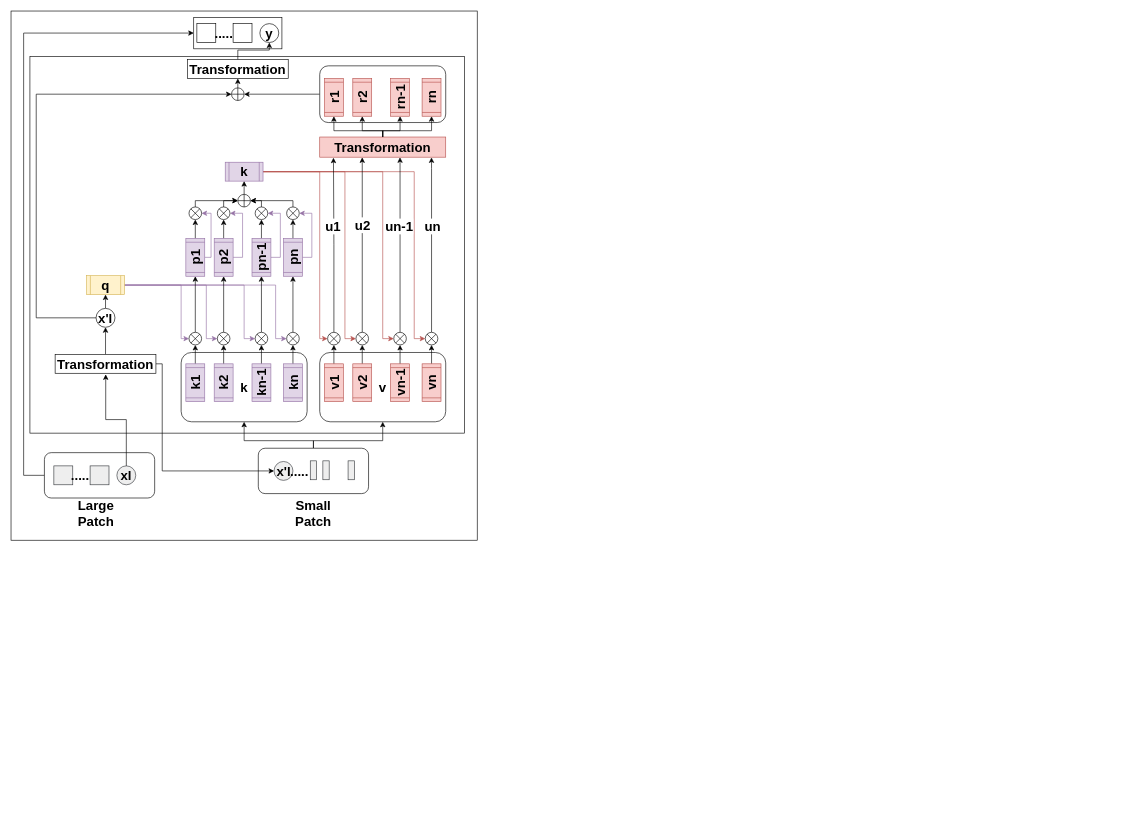
Above: fastformer_crossvit.drawio in abhishekstha98/Fastformer-PyTorch (draw.io), before the change. Source tidied: cells renumbered, new cells numbered last; positions are measured from the earlier drawing's top-left corner, leaving out a move shared by most shapes. Both pictures are drawn from the tidied source at 63%, with x=0, y=0 at pixel (11, 11).
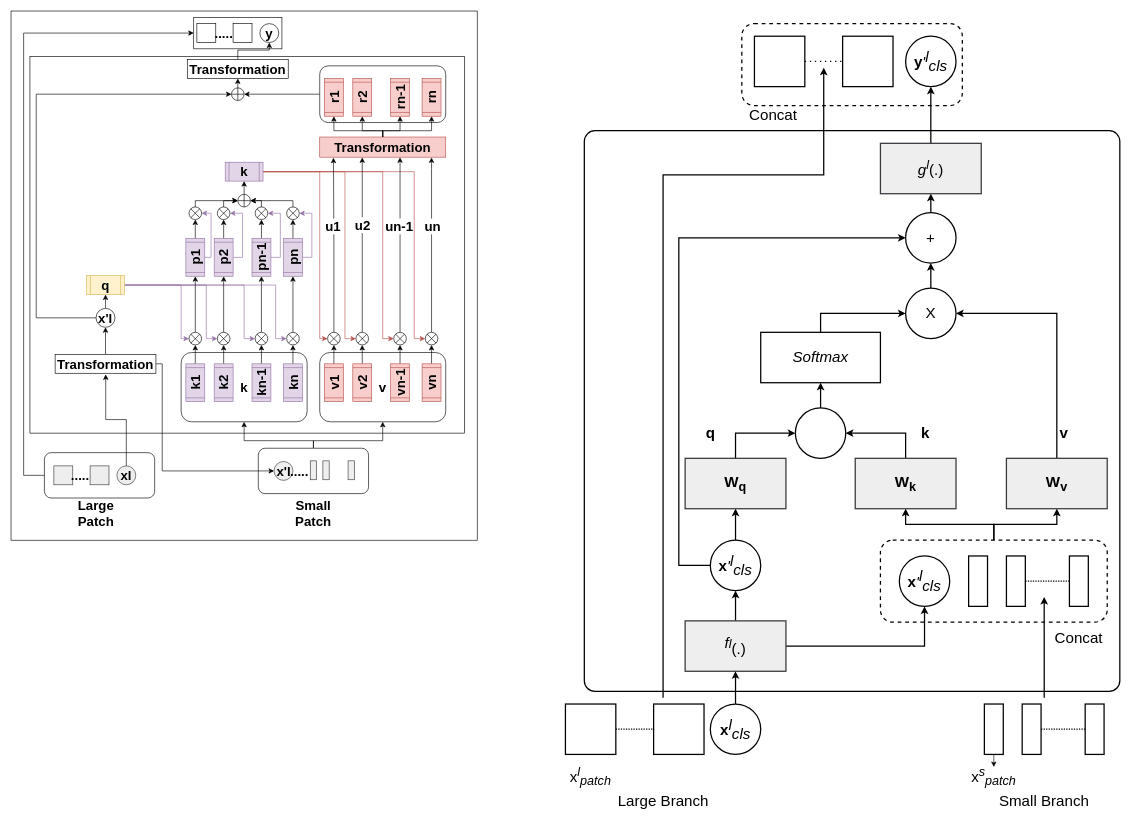
After the change.

Change to the diagram source:
```diff
@@
+    <mxCell id="117" style="rounded=0;whiteSpace=wrap;html=1;fillColor=none;strokeColor=none;strokeWidth=2;" parent="1" vertex="1">
+      <mxGeometry x="870" y="1090" width="330" height="100" as="geometry" />
+    </mxCell>
+    <mxCell id="118" style="rounded=1;whiteSpace=wrap;html=1;fillColor=default;fontSize=24;dashed=1;strokeWidth=2;" parent="1" vertex="1">
+      <mxGeometry x="1160" y="20" width="350" height="130" as="geometry" />
+    </mxCell>
+    <mxCell id="119" style="rounded=0;whiteSpace=wrap;html=1;fillColor=default;fontSize=24;strokeWidth=2;" parent="1" vertex="1">
+      <mxGeometry x="1180" y="40" width="80" height="80" as="geometry" />
+    </mxCell>
+    <mxCell id="120" style="rounded=0;whiteSpace=wrap;html=1;fillColor=default;fontSize=24;strokeWidth=2;" parent="1" vertex="1">
+      <mxGeometry x="1320" y="40" width="80" height="80" as="geometry" />
+    </mxCell>
+    <mxCell id="121" style="rounded=1;whiteSpace=wrap;html=1;shadow=0;glass=0;arcSize=2;fillColor=default;fontSize=24;strokeWidth=2;" parent="1" vertex="1">
+      <mxGeometry x="910" y="190" width="850" height="890" as="geometry" />
+    </mxCell>
+    <mxCell id="122" value="&lt;span style=&quot;font-size: 24px;&quot;&gt;&lt;b&gt;y&lt;/b&gt;&lt;i style=&quot;&quot;&gt;'&lt;sup style=&quot;font-size: 24px;&quot;&gt;l&lt;/sup&gt;&lt;sub style=&quot;font-size: 24px;&quot;&gt;cls&lt;/sub&gt;&lt;/i&gt;&lt;/span&gt;" style="ellipse;whiteSpace=wrap;html=1;fillColor=default;fontSize=24;strokeWidth=2;" parent="1" vertex="1">
+      <mxGeometry x="1420" y="40" width="80" height="80" as="geometry" />
+    </mxCell>
+    <mxCell id="123" style="endArrow=none;dashed=1;html=1;dashPattern=1 3;strokeWidth=2;rounded=0;entryX=0;entryY=0.5;entryDx=0;entryDy=0;exitX=1;exitY=0.5;exitDx=0;exitDy=0;fontSize=24;" parent="1" edge="1" source="119" target="120">
+      <mxGeometry relative="1" as="geometry" />
+    </mxCell>
+    <mxCell id="124" style="edgeStyle=orthogonalEdgeStyle;rounded=0;jettySize=auto;html=1;entryX=0.5;entryY=1;entryDx=0;entryDy=0;fontSize=24;strokeWidth=2;" parent="1" edge="1" source="125" target="122">
+      <mxGeometry relative="1" as="geometry" />
+    </mxCell>
+    <mxCell id="125" value="&lt;i&gt;g&lt;sup&gt;l&lt;/sup&gt;&lt;/i&gt;(.)" style="rounded=0;whiteSpace=wrap;html=1;strokeColor=#36393d;fillColor=#eeeeee;fontSize=24;strokeWidth=2;" parent="1" vertex="1">
+      <mxGeometry x="1380" y="210" width="160" height="80" as="geometry" />
+    </mxCell>
+    <mxCell id="126" style="edgeStyle=orthogonalEdgeStyle;rounded=0;jettySize=auto;html=1;exitX=0.5;exitY=0;exitDx=0;exitDy=0;entryX=0.5;entryY=1;entryDx=0;entryDy=0;fontSize=24;strokeWidth=2;" parent="1" edge="1" source="127" target="125">
+      <mxGeometry relative="1" as="geometry" />
+    </mxCell>
+    <mxCell id="127" value="+" style="ellipse;whiteSpace=wrap;html=1;fontSize=24;strokeWidth=2;" parent="1" vertex="1">
+      <mxGeometry x="1420" y="320" width="80" height="80" as="geometry" />
+    </mxCell>
+    <mxCell id="128" style="edgeStyle=orthogonalEdgeStyle;rounded=0;jettySize=auto;html=1;exitX=0.5;exitY=0;exitDx=0;exitDy=0;entryX=0.5;entryY=1;entryDx=0;entryDy=0;fontSize=24;strokeWidth=2;" parent="1" edge="1" source="129" target="127">
+      <mxGeometry relative="1" as="geometry" />
+    </mxCell>
+    <mxCell id="129" value="X" style="ellipse;whiteSpace=wrap;html=1;fontSize=24;strokeWidth=2;" parent="1" vertex="1">
+      <mxGeometry x="1420" y="440" width="80" height="80" as="geometry" />
+    </mxCell>
+    <mxCell id="130" style="edgeStyle=orthogonalEdgeStyle;rounded=0;jettySize=auto;html=1;exitX=0.5;exitY=0;exitDx=0;exitDy=0;entryX=0;entryY=0.5;entryDx=0;entryDy=0;fontSize=24;strokeWidth=2;" parent="1" edge="1" source="131" target="129">
+      <mxGeometry relative="1" as="geometry" />
+    </mxCell>
+    <mxCell id="131" value="&lt;i&gt;Softmax&lt;/i&gt;" style="rounded=0;whiteSpace=wrap;html=1;fontSize=24;strokeWidth=2;" parent="1" vertex="1">
+      <mxGeometry x="1190" y="510" width="190" height="80" as="geometry" />
+    </mxCell>
+    <mxCell id="132" style="edgeStyle=orthogonalEdgeStyle;rounded=0;jettySize=auto;html=1;entryX=0.5;entryY=1;entryDx=0;entryDy=0;fontSize=24;strokeWidth=2;" parent="1" edge="1" source="133" target="131">
+      <mxGeometry relative="1" as="geometry" />
+    </mxCell>
+    <mxCell id="133" style="ellipse;whiteSpace=wrap;html=1;fontSize=24;strokeWidth=2;" parent="1" vertex="1">
+      <mxGeometry x="1245" y="630" width="80" height="80" as="geometry" />
+    </mxCell>
+    <mxCell id="134" style="edgeStyle=orthogonalEdgeStyle;rounded=0;jettySize=auto;html=1;exitX=0.5;exitY=0;exitDx=0;exitDy=0;entryX=1;entryY=0.5;entryDx=0;entryDy=0;fontSize=24;strokeWidth=2;" parent="1" edge="1" source="136" target="133">
+      <mxGeometry relative="1" as="geometry" />
+    </mxCell>
+    <mxCell id="135" value="k" style="edgeLabel;html=1;align=center;verticalAlign=middle;fontSize=24;fontStyle=1;" parent="134" vertex="1">
+      <mxGeometry x="0.27" relative="1" as="geometry">
+        <mxPoint x="76" as="offset" />
+      </mxGeometry>
+    </mxCell>
+    <mxCell id="136" value="&lt;b&gt;W&lt;sub&gt;k&lt;/sub&gt;&lt;/b&gt;" style="rounded=0;whiteSpace=wrap;html=1;fillColor=#eeeeee;strokeColor=#36393d;fontSize=24;strokeWidth=2;" parent="1" vertex="1">
+      <mxGeometry x="1340" y="710" width="160" height="80" as="geometry" />
+    </mxCell>
+    <mxCell id="137" style="edgeStyle=orthogonalEdgeStyle;rounded=0;jettySize=auto;html=1;exitX=0.5;exitY=0;exitDx=0;exitDy=0;entryX=0;entryY=0.5;entryDx=0;entryDy=0;fontSize=24;strokeWidth=2;" parent="1" edge="1" source="139" target="133">
+      <mxGeometry relative="1" as="geometry" />
+    </mxCell>
+    <mxCell id="138" value="q" style="edgeLabel;html=1;align=center;verticalAlign=middle;fontSize=24;fontStyle=1;" parent="137" vertex="1">
+      <mxGeometry x="-0.18" y="3" relative="1" as="geometry">
+        <mxPoint x="-56" y="3" as="offset" />
+      </mxGeometry>
+    </mxCell>
+    <mxCell id="139" value="&lt;b&gt;W&lt;sub&gt;q&lt;/sub&gt;&lt;/b&gt;" style="rounded=0;whiteSpace=wrap;html=1;fillColor=#eeeeee;strokeColor=#36393d;fontSize=24;strokeWidth=2;" parent="1" vertex="1">
+      <mxGeometry x="1070" y="710" width="160" height="80" as="geometry" />
+    </mxCell>
+    <mxCell id="140" style="edgeStyle=orthogonalEdgeStyle;rounded=0;jettySize=auto;html=1;exitX=0.5;exitY=0;exitDx=0;exitDy=0;entryX=1;entryY=0.5;entryDx=0;entryDy=0;fontSize=24;strokeWidth=2;" parent="1" edge="1" source="142" target="129">
+      <mxGeometry relative="1" as="geometry" />
+    </mxCell>
+    <mxCell id="141" value="v" style="edgeLabel;html=1;align=center;verticalAlign=middle;fontSize=24;fontStyle=1;" parent="140" vertex="1">
+      <mxGeometry x="-0.8" y="-1" relative="1" as="geometry">
+        <mxPoint x="9" y="-1" as="offset" />
+      </mxGeometry>
+    </mxCell>
+    <mxCell id="142" value="&lt;b&gt;W&lt;sub&gt;v&lt;/sub&gt;&lt;/b&gt;" style="rounded=0;whiteSpace=wrap;html=1;fillColor=#eeeeee;strokeColor=#36393d;fontSize=24;strokeWidth=2;" parent="1" vertex="1">
+      <mxGeometry x="1580" y="710" width="160" height="80" as="geometry" />
+    </mxCell>
+    <mxCell id="143" style="edgeStyle=orthogonalEdgeStyle;rounded=0;jettySize=auto;html=1;entryX=0.5;entryY=1;entryDx=0;entryDy=0;fontSize=24;strokeWidth=2;" parent="1" edge="1" source="145" target="139">
+      <mxGeometry relative="1" as="geometry" />
+    </mxCell>
+    <mxCell id="144" style="edgeStyle=orthogonalEdgeStyle;rounded=0;jettySize=auto;html=1;exitX=0;exitY=0.5;exitDx=0;exitDy=0;entryX=0;entryY=0.5;entryDx=0;entryDy=0;fontSize=24;strokeWidth=2;" parent="1" edge="1" source="145" target="127">
+      <mxGeometry relative="1" as="geometry">
+        <Array as="points">
+          <mxPoint x="1060" y="880" />
+          <mxPoint x="1060" y="360" />
+        </Array>
+      </mxGeometry>
+    </mxCell>
+    <mxCell id="145" value="&lt;span style=&quot;border-color: var(--border-color);&quot;&gt;&lt;b&gt;x&lt;/b&gt;&lt;i style=&quot;&quot;&gt;'&lt;sup style=&quot;border-color: var(--border-color); font-size: 24px;&quot;&gt;l&lt;/sup&gt;&lt;sub style=&quot;border-color: var(--border-color); font-size: 24px;&quot;&gt;cls&lt;/sub&gt;&lt;/i&gt;&lt;/span&gt;" style="ellipse;whiteSpace=wrap;html=1;fontSize=24;strokeWidth=2;" parent="1" vertex="1">
+      <mxGeometry x="1110" y="840" width="80" height="80" as="geometry" />
+    </mxCell>
+    <mxCell id="146" style="edgeStyle=orthogonalEdgeStyle;rounded=0;jettySize=auto;html=1;entryX=0.5;entryY=1;entryDx=0;entryDy=0;fontSize=24;strokeWidth=2;" parent="1" edge="1" source="148" target="145">
+      <mxGeometry relative="1" as="geometry" />
+    </mxCell>
+    <mxCell id="147" style="edgeStyle=orthogonalEdgeStyle;rounded=0;jettySize=auto;html=1;exitX=1;exitY=0.5;exitDx=0;exitDy=0;entryX=0.5;entryY=1;entryDx=0;entryDy=0;fontSize=24;strokeWidth=2;" parent="1" edge="1" source="148" target="166">
+      <mxGeometry relative="1" as="geometry" />
+    </mxCell>
+    <mxCell id="148" value="&lt;i style=&quot;border-color: var(--border-color);&quot;&gt;&lt;sup style=&quot;border-color: var(--border-color);&quot;&gt;&lt;span style=&quot;font-size: 24px;&quot;&gt;f&lt;/span&gt;l&lt;/sup&gt;&lt;/i&gt;(.)" style="rounded=0;whiteSpace=wrap;html=1;fillColor=#eeeeee;strokeColor=#36393d;fontSize=24;strokeWidth=2;" parent="1" vertex="1">
+      <mxGeometry x="1070" y="968" width="160" height="80" as="geometry" />
+    </mxCell>
+    <mxCell id="149" style="edgeStyle=orthogonalEdgeStyle;rounded=0;jettySize=auto;html=1;exitX=1;exitY=0.5;exitDx=0;exitDy=0;entryX=0;entryY=0.5;entryDx=0;entryDy=0;strokeWidth=2;endArrow=none;endFill=0;dashed=1;dashPattern=1 1;" parent="1" edge="1" source="150" target="151">
+      <mxGeometry relative="1" as="geometry" />
+    </mxCell>
+    <mxCell id="150" style="rounded=0;whiteSpace=wrap;html=1;fillColor=default;fontSize=24;strokeWidth=2;" parent="1" vertex="1">
+      <mxGeometry x="880" y="1100" width="80" height="80" as="geometry" />
+    </mxCell>
+    <mxCell id="151" style="rounded=0;whiteSpace=wrap;html=1;fillColor=default;fontSize=24;strokeWidth=2;" parent="1" vertex="1">
+      <mxGeometry x="1020" y="1100" width="80" height="80" as="geometry" />
+    </mxCell>
+    <mxCell id="152" style="edgeStyle=orthogonalEdgeStyle;rounded=0;jettySize=auto;html=1;entryX=0.5;entryY=1;entryDx=0;entryDy=0;fontSize=24;strokeWidth=2;" parent="1" edge="1" source="153" target="148">
+      <mxGeometry relative="1" as="geometry" />
+    </mxCell>
+    <mxCell id="153" value="&lt;span style=&quot;font-size: 24px;&quot;&gt;&lt;span style=&quot;font-weight: bold; font-size: 24px;&quot;&gt;x&lt;/span&gt;&lt;i style=&quot;&quot;&gt;&lt;sup style=&quot;font-size: 24px;&quot;&gt;l&lt;/sup&gt;&lt;sub style=&quot;font-size: 24px;&quot;&gt;cls&lt;/sub&gt;&lt;/i&gt;&lt;/span&gt;" style="ellipse;whiteSpace=wrap;html=1;fillColor=default;fontSize=24;strokeWidth=2;" parent="1" vertex="1">
+      <mxGeometry x="1110" y="1100" width="80" height="80" as="geometry" />
+    </mxCell>
+    <mxCell id="154" style="edgeStyle=orthogonalEdgeStyle;rounded=0;jettySize=auto;html=1;exitX=0.5;exitY=0;exitDx=0;exitDy=0;entryX=0.5;entryY=1;entryDx=0;entryDy=0;fontSize=24;strokeWidth=2;" parent="1" edge="1" source="156" target="136">
+      <mxGeometry relative="1" as="geometry" />
+    </mxCell>
+    <mxCell id="155" style="edgeStyle=orthogonalEdgeStyle;rounded=0;jettySize=auto;html=1;exitX=0.5;exitY=0;exitDx=0;exitDy=0;entryX=0.5;entryY=1;entryDx=0;entryDy=0;fontSize=24;strokeWidth=2;" parent="1" edge="1" source="156" target="142">
+      <mxGeometry relative="1" as="geometry" />
+    </mxCell>
+    <mxCell id="156" style="rounded=1;whiteSpace=wrap;html=1;fillColor=none;fontSize=24;dashed=1;strokeWidth=2;" parent="1" vertex="1">
+      <mxGeometry x="1380" y="840" width="360" height="130" as="geometry" />
+    </mxCell>
+    <mxCell id="157" style="edgeStyle=orthogonalEdgeStyle;rounded=0;jettySize=auto;html=1;exitX=0.5;exitY=1;exitDx=0;exitDy=0;entryX=0.5;entryY=0;entryDx=0;entryDy=0;" parent="1" edge="1" source="158" target="170">
+      <mxGeometry relative="1" as="geometry" />
+    </mxCell>
+    <mxCell id="158" style="rounded=0;whiteSpace=wrap;html=1;fontSize=24;strokeWidth=2;" parent="1" vertex="1">
+      <mxGeometry x="1545" y="1100" width="30" height="80" as="geometry" />
+    </mxCell>
+    <mxCell id="159" style="edgeStyle=orthogonalEdgeStyle;rounded=0;jettySize=auto;html=1;exitX=1;exitY=0.5;exitDx=0;exitDy=0;entryX=0;entryY=0.5;entryDx=0;entryDy=0;dashed=1;dashPattern=1 1;sourcePerimeterSpacing=0;endArrow=none;endFill=0;strokeWidth=2;jumpSize=21;fontSize=24;" parent="1" edge="1" source="160" target="161">
+      <mxGeometry relative="1" as="geometry" />
+    </mxCell>
+    <mxCell id="160" style="rounded=0;whiteSpace=wrap;html=1;fontSize=24;strokeWidth=2;" parent="1" vertex="1">
+      <mxGeometry x="1605" y="1100" width="30" height="80" as="geometry" />
+    </mxCell>
+    <mxCell id="161" style="rounded=0;whiteSpace=wrap;html=1;fontSize=24;strokeWidth=2;" parent="1" vertex="1">
+      <mxGeometry x="1705" y="1100" width="30" height="80" as="geometry" />
+    </mxCell>
+    <mxCell id="162" style="rounded=0;whiteSpace=wrap;html=1;fontSize=24;strokeWidth=2;" parent="1" vertex="1">
+      <mxGeometry x="1520" y="865" width="30" height="80" as="geometry" />
+    </mxCell>
+    <mxCell id="163" style="edgeStyle=orthogonalEdgeStyle;rounded=0;jettySize=auto;html=1;exitX=1;exitY=0.5;exitDx=0;exitDy=0;entryX=0;entryY=0.5;entryDx=0;entryDy=0;dashed=1;dashPattern=1 1;sourcePerimeterSpacing=0;endArrow=none;endFill=0;strokeWidth=2;jumpSize=21;fontSize=24;" parent="1" edge="1" source="164" target="165">
+      <mxGeometry relative="1" as="geometry" />
+    </mxCell>
+    <mxCell id="164" style="rounded=0;whiteSpace=wrap;html=1;fontSize=24;strokeWidth=2;" parent="1" vertex="1">
+      <mxGeometry x="1580" y="865" width="30" height="80" as="geometry" />
+    </mxCell>
+    <mxCell id="165" style="rounded=0;whiteSpace=wrap;html=1;fontSize=24;strokeWidth=2;" parent="1" vertex="1">
+      <mxGeometry x="1680" y="865" width="30" height="80" as="geometry" />
+    </mxCell>
+    <mxCell id="166" value="&lt;b style=&quot;font-size: 24px;&quot;&gt;x&lt;/b&gt;&lt;span style=&quot;font-size: 24px;&quot;&gt;&lt;i&gt;'&lt;sup style=&quot;font-size: 24px;&quot;&gt;l&lt;/sup&gt;&lt;sub style=&quot;font-size: 24px;&quot;&gt;cls&lt;/sub&gt;&lt;/i&gt;&lt;/span&gt;" style="ellipse;whiteSpace=wrap;html=1;fillColor=none;fontSize=24;strokeWidth=2;" parent="1" vertex="1">
+      <mxGeometry x="1410" y="865" width="80" height="80" as="geometry" />
+    </mxCell>
+    <mxCell id="167" style="edgeStyle=orthogonalEdgeStyle;rounded=0;jettySize=auto;html=1;exitX=0.5;exitY=0;exitDx=0;exitDy=0;strokeWidth=2;" parent="1" edge="1" source="117">
+      <mxGeometry relative="1" as="geometry">
+        <mxPoint x="1290" y="90" as="targetPoint" />
+        <Array as="points">
+          <mxPoint x="1035" y="260" />
+          <mxPoint x="1290" y="260" />
+        </Array>
+      </mxGeometry>
+    </mxCell>
+    <mxCell id="168" value="Concat" style="text;html=1;strokeColor=none;fillColor=none;align=center;verticalAlign=middle;whiteSpace=wrap;rounded=0;fontSize=24;" parent="1" vertex="1">
+      <mxGeometry x="1665" y="980" width="60" height="30" as="geometry" />
+    </mxCell>
+    <mxCell id="169" value="Concat" style="text;html=1;strokeColor=none;fillColor=none;align=center;verticalAlign=middle;whiteSpace=wrap;rounded=0;fontSize=24;" parent="1" vertex="1">
+      <mxGeometry x="1180" y="150" width="60" height="30" as="geometry" />
+    </mxCell>
+    <mxCell id="170" value="x&lt;i&gt;&lt;sup&gt;s&lt;/sup&gt;&lt;sub&gt;patch&lt;/sub&gt;&lt;/i&gt;" style="text;html=1;strokeColor=none;fillColor=none;align=center;verticalAlign=middle;whiteSpace=wrap;rounded=0;fontSize=24;" parent="1" vertex="1">
+      <mxGeometry x="1530" y="1200" width="60" height="30" as="geometry" />
+    </mxCell>
+    <mxCell id="171" value="Large Branch" style="text;html=1;strokeColor=none;fillColor=none;align=center;verticalAlign=middle;whiteSpace=wrap;rounded=0;fontSize=24;" parent="1" vertex="1">
+      <mxGeometry x="947.5" y="1240" width="175" height="30" as="geometry" />
+    </mxCell>
+    <mxCell id="172" value="Small Branch" style="text;html=1;strokeColor=none;fillColor=none;align=center;verticalAlign=middle;whiteSpace=wrap;rounded=0;fontSize=24;" parent="1" vertex="1">
+      <mxGeometry x="1565" y="1240" width="150" height="30" as="geometry" />
+    </mxCell>
+    <mxCell id="173" value="x&lt;i&gt;&lt;sup&gt;l&lt;/sup&gt;&lt;sub&gt;patch&lt;/sub&gt;&lt;/i&gt;" style="text;html=1;strokeColor=none;fillColor=none;align=center;verticalAlign=middle;whiteSpace=wrap;rounded=0;fontSize=24;" parent="1" vertex="1">
+      <mxGeometry x="890" y="1200" width="60" height="30" as="geometry" />
+    </mxCell>
+    <mxCell id="174" style="rounded=0;whiteSpace=wrap;html=1;fillColor=none;strokeColor=none;" parent="1" vertex="1">
+      <mxGeometry x="1535" y="1090" width="210" height="100" as="geometry" />
+    </mxCell>
+    <mxCell id="175" style="edgeStyle=orthogonalEdgeStyle;rounded=0;jettySize=auto;html=1;exitX=0.5;exitY=0;exitDx=0;exitDy=0;entryX=0.722;entryY=0.692;entryDx=0;entryDy=0;entryPerimeter=0;strokeWidth=2;" parent="1" edge="1" source="174" target="156">
+      <mxGeometry relative="1" as="geometry" />
+    </mxCell>
```
